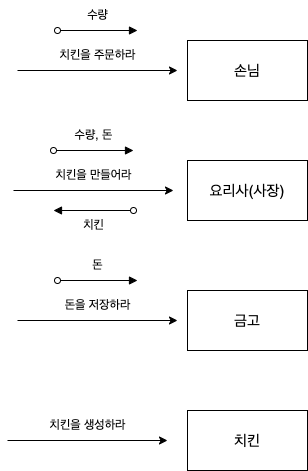
This is DesignPattern/image/oop7.png from dltkd1395/CS-study, a draw.io export, as it was before one commit. Source tidied: cells renumbered, new cells last; positions are measured from the earlier drawing's top-left corner, leaving out a move shared by most shapes.
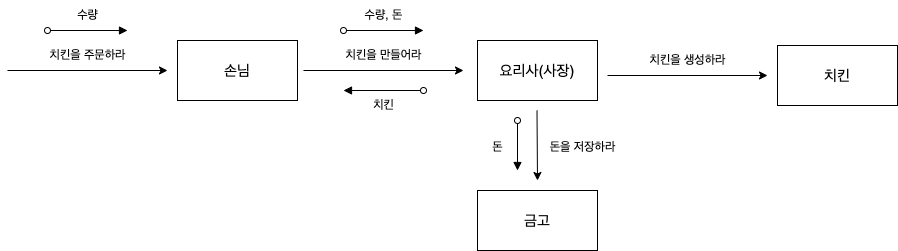
After the change.

Commit message:
docs : oop7 이미지 수정

The edit, as a diff of the source:
```diff
@@ -2,89 +2,90 @@
   <root>
     <mxCell id="0" />
     <mxCell id="1" parent="0" />
-    <mxCell id="2" style="endArrow=block;html=1;rounded=0;startArrow=oval;startFill=0;endFill=1;" parent="1" edge="1">
-      <mxGeometry relative="1" as="geometry">
-        <mxPoint x="50" y="30" as="sourcePoint" />
-        <mxPoint x="130" y="30" as="targetPoint" />
-      </mxGeometry>
-    </mxCell>
+    <mxCell id="22" style="endArrow=block;html=1;rounded=0;startArrow=oval;startFill=0;endFill=1;" parent="1" edge="1">
+      <mxGeometry relative="1" as="geometry">
+        <mxPoint x="-121" y="200" as="sourcePoint" />
+        <mxPoint x="-41" y="200" as="targetPoint" />
+      </mxGeometry>
+    </mxCell>
     <mxCell id="3" value="수량" style="text;html=1;align=center;verticalAlign=middle;strokeColor=none;fillColor=none;" parent="1" vertex="1">
-      <mxGeometry x="70" width="40" height="30" as="geometry" />
+      <mxGeometry x="-101" y="170" width="40" height="30" as="geometry" />
     </mxCell>
-    <mxCell id="4" style="endArrow=classic;html=1;rounded=0;" parent="1" edge="1">
-      <mxGeometry relative="1" as="geometry">
-        <mxPoint x="10" y="70" as="sourcePoint" />
-        <mxPoint x="170" y="70" as="targetPoint" />
-      </mxGeometry>
-    </mxCell>
+    <mxCell id="23" style="endArrow=classic;html=1;rounded=0;" parent="1" edge="1">
+      <mxGeometry relative="1" as="geometry">
+        <mxPoint x="-161" y="240" as="sourcePoint" />
+        <mxPoint x="-1" y="240" as="targetPoint" />
+      </mxGeometry>
+    </mxCell>
     <mxCell id="5" value="치킨을 주문하라" style="text;html=1;align=center;verticalAlign=middle;strokeColor=none;fillColor=none;" parent="1" vertex="1">
-      <mxGeometry x="40" y="40" width="100" height="30" as="geometry" />
+      <mxGeometry x="-131" y="210" width="100" height="30" as="geometry" />
     </mxCell>
     <mxCell id="6" value="&lt;font style=&quot;font-size: 15px;&quot;&gt;손님&lt;/font&gt;" style="rounded=0;whiteSpace=wrap;html=1;" parent="1" vertex="1">
-      <mxGeometry x="180" y="40" width="120" height="60" as="geometry" />
+      <mxGeometry x="9" y="210" width="120" height="60" as="geometry" />
     </mxCell>
-    <mxCell id="7" style="endArrow=classic;html=1;rounded=0;" parent="1" edge="1">
-      <mxGeometry relative="1" as="geometry">
-        <mxPoint x="6" y="190" as="sourcePoint" />
-        <mxPoint x="166" y="190" as="targetPoint" />
-      </mxGeometry>
-    </mxCell>
+    <mxCell id="24" style="endArrow=classic;html=1;rounded=0;" parent="1" edge="1">
+      <mxGeometry relative="1" as="geometry">
+        <mxPoint x="135" y="240" as="sourcePoint" />
+        <mxPoint x="295" y="240" as="targetPoint" />
+      </mxGeometry>
+    </mxCell>
     <mxCell id="8" value="치킨을 만들어라" style="text;html=1;align=center;verticalAlign=middle;strokeColor=none;fillColor=none;" parent="1" vertex="1">
-      <mxGeometry x="36" y="160" width="100" height="30" as="geometry" />
+      <mxGeometry x="165" y="210" width="100" height="30" as="geometry" />
     </mxCell>
-    <mxCell id="9" style="endArrow=block;html=1;rounded=0;startArrow=oval;startFill=0;endFill=1;" parent="1" edge="1">
-      <mxGeometry relative="1" as="geometry">
-        <mxPoint x="46" y="150" as="sourcePoint" />
-        <mxPoint x="126" y="150" as="targetPoint" />
-      </mxGeometry>
-    </mxCell>
+    <mxCell id="25" style="endArrow=block;html=1;rounded=0;startArrow=oval;startFill=0;endFill=1;" parent="1" edge="1">
+      <mxGeometry relative="1" as="geometry">
+        <mxPoint x="175" y="200" as="sourcePoint" />
+        <mxPoint x="255" y="200" as="targetPoint" />
+      </mxGeometry>
+    </mxCell>
     <mxCell id="10" value="수량, 돈" style="text;html=1;align=center;verticalAlign=middle;strokeColor=none;fillColor=none;" parent="1" vertex="1">
-      <mxGeometry x="56" y="120" width="60" height="30" as="geometry" />
+      <mxGeometry x="185" y="170" width="60" height="30" as="geometry" />
     </mxCell>
-    <mxCell id="11" style="endArrow=oval;html=1;rounded=0;startArrow=block;startFill=1;endFill=0;" parent="1" edge="1">
-      <mxGeometry relative="1" as="geometry">
-        <mxPoint x="46" y="210" as="sourcePoint" />
-        <mxPoint x="126" y="210" as="targetPoint" />
-      </mxGeometry>
-    </mxCell>
+    <mxCell id="26" style="endArrow=oval;html=1;rounded=0;startArrow=block;startFill=1;endFill=0;" parent="1" edge="1">
+      <mxGeometry relative="1" as="geometry">
+        <mxPoint x="175" y="260" as="sourcePoint" />
+        <mxPoint x="255" y="260" as="targetPoint" />
+      </mxGeometry>
+    </mxCell>
     <mxCell id="12" value="치킨" style="text;html=1;align=center;verticalAlign=middle;strokeColor=none;fillColor=none;" parent="1" vertex="1">
-      <mxGeometry x="66" y="210" width="40" height="30" as="geometry" />
+      <mxGeometry x="195" y="260" width="40" height="30" as="geometry" />
     </mxCell>
     <mxCell id="13" value="&lt;font style=&quot;font-size: 15px;&quot;&gt;요리사(사장)&lt;/font&gt;" style="rounded=0;whiteSpace=wrap;html=1;" parent="1" vertex="1">
-      <mxGeometry x="180" y="160" width="120" height="60" as="geometry" />
+      <mxGeometry x="309" y="210" width="120" height="60" as="geometry" />
     </mxCell>
     <mxCell id="14" value="&lt;font style=&quot;font-size: 15px;&quot;&gt;금고&lt;/font&gt;" style="rounded=0;whiteSpace=wrap;html=1;" parent="1" vertex="1">
-      <mxGeometry x="180" y="290" width="120" height="60" as="geometry" />
+      <mxGeometry x="309" y="360" width="120" height="60" as="geometry" />
     </mxCell>
-    <mxCell id="15" style="endArrow=classic;html=1;rounded=0;" parent="1" edge="1">
-      <mxGeometry relative="1" as="geometry">
-        <mxPoint y="440" as="sourcePoint" />
-        <mxPoint x="160" y="440" as="targetPoint" />
-      </mxGeometry>
-    </mxCell>
+    <mxCell id="27" style="endArrow=classic;html=1;rounded=0;fontSize=15;" parent="1" edge="1">
+      <mxGeometry x="-1" y="170" relative="1" as="geometry">
+        <mxPoint x="368.5" y="280" as="sourcePoint" />
+        <mxPoint x="369" y="350" as="targetPoint" />
+        <mxPoint y="-10" as="offset" />
+      </mxGeometry>
+    </mxCell>
+    <mxCell id="28" style="endArrow=block;html=1;rounded=0;fontSize=15;endFill=1;startArrow=oval;startFill=0;" parent="1" edge="1">
+      <mxGeometry x="-1" y="190" relative="1" as="geometry">
+        <mxPoint x="349" y="290" as="sourcePoint" />
+        <mxPoint x="349" y="340" as="targetPoint" />
+      </mxGeometry>
+    </mxCell>
+    <mxCell id="19" value="&lt;font style=&quot;font-size: 12px;&quot;&gt;돈&lt;/font&gt;" style="text;html=1;align=center;verticalAlign=middle;strokeColor=none;fillColor=none;fontSize=15;" parent="1" vertex="1">
+      <mxGeometry x="314" y="300" width="30" height="30" as="geometry" />
+    </mxCell>
+    <mxCell id="21" value="&lt;font style=&quot;font-size: 12px;&quot;&gt;돈을 저장하라&lt;/font&gt;" style="text;html=1;align=center;verticalAlign=middle;strokeColor=none;fillColor=none;fontSize=15;" parent="1" vertex="1">
+      <mxGeometry x="369" y="300" width="90" height="30" as="geometry" />
+    </mxCell>
+    <mxCell id="29" style="endArrow=classic;html=1;rounded=0;" parent="1" edge="1">
+      <mxGeometry relative="1" as="geometry">
+        <mxPoint x="439" y="245" as="sourcePoint" />
+        <mxPoint x="599" y="245" as="targetPoint" />
+      </mxGeometry>
+    </mxCell>
     <mxCell id="16" value="치킨을 생성하라" style="text;html=1;align=center;verticalAlign=middle;strokeColor=none;fillColor=none;" parent="1" vertex="1">
-      <mxGeometry x="30" y="410" width="100" height="30" as="geometry" />
+      <mxGeometry x="469" y="215" width="100" height="30" as="geometry" />
     </mxCell>
     <mxCell id="17" value="&lt;font style=&quot;font-size: 15px;&quot;&gt;치킨&lt;/font&gt;" style="rounded=0;whiteSpace=wrap;html=1;" parent="1" vertex="1">
-      <mxGeometry x="180" y="410" width="120" height="60" as="geometry" />
+      <mxGeometry x="609" y="215" width="120" height="60" as="geometry" />
     </mxCell>
-    <mxCell id="18" style="endArrow=block;html=1;rounded=0;startArrow=oval;startFill=0;endFill=1;" parent="1" edge="1">
-      <mxGeometry relative="1" as="geometry">
-        <mxPoint x="50" y="280" as="sourcePoint" />
-        <mxPoint x="130" y="280" as="targetPoint" />
-      </mxGeometry>
-    </mxCell>
-    <mxCell id="19" value="돈" style="text;html=1;align=center;verticalAlign=middle;strokeColor=none;fillColor=none;" parent="1" vertex="1">
-      <mxGeometry x="75" y="250" width="30" height="30" as="geometry" />
-    </mxCell>
-    <mxCell id="20" style="endArrow=classic;html=1;rounded=0;" parent="1" edge="1">
-      <mxGeometry relative="1" as="geometry">
-        <mxPoint x="10" y="320" as="sourcePoint" />
-        <mxPoint x="170" y="320" as="targetPoint" />
-      </mxGeometry>
-    </mxCell>
-    <mxCell id="21" value="돈을 저장하라" style="text;html=1;align=center;verticalAlign=middle;strokeColor=none;fillColor=none;" parent="1" vertex="1">
-      <mxGeometry x="45" y="290" width="90" height="30" as="geometry" />
-    </mxCell>
   </root>
 </mxGraphModel>
```
